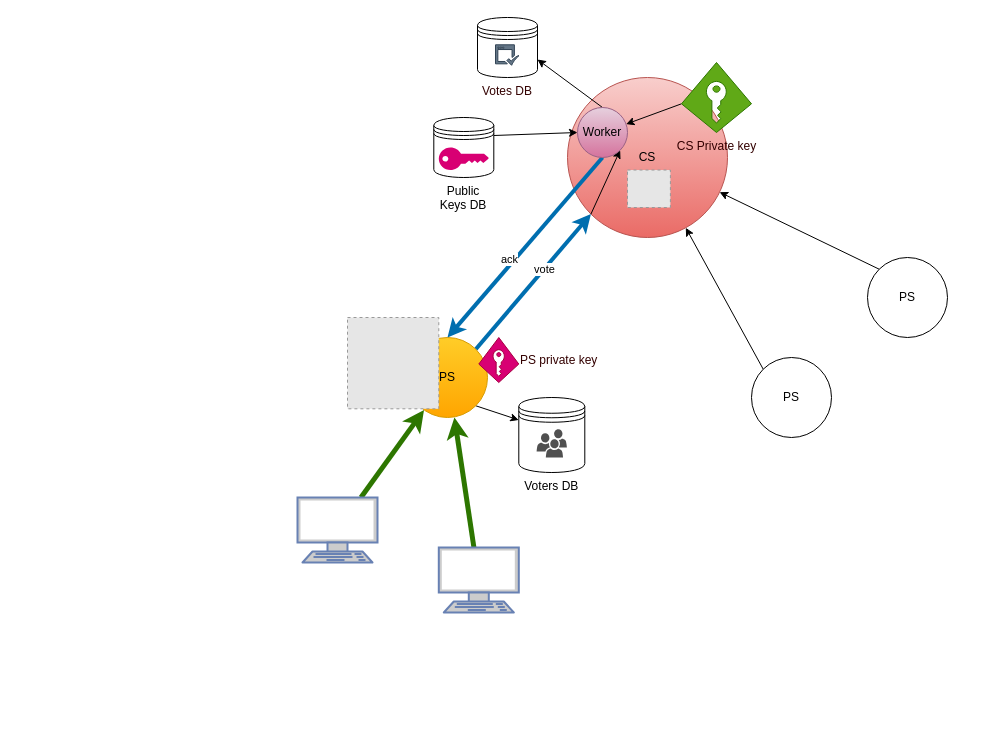
The draw.io diagram page "Pagina-1" (1 of 2) of diagrams/DVoting_architecture.drawio in MPinna/DVoting, before the edit. Source tidied: cells renumbered, new cells numbered last; positions are measured from the earlier drawing's top-left corner, leaving out a move shared by most shapes. Both pictures are drawn from the tidied source at 100%, with x=0, y=0 at pixel (297, 17). Pictures stored in the file or linked from it are replaced by grey dashed boxes.
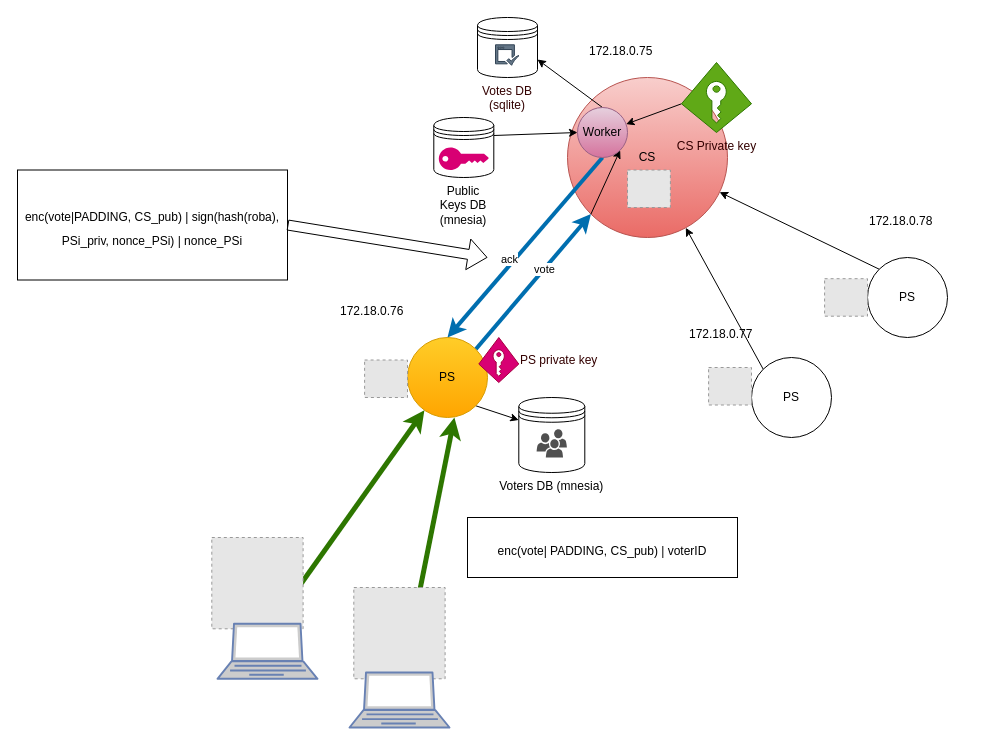
Above is the later version.

Unchanged cells that the change refers to:
```xml
<mxCell id="6" style="rounded=0;jettySize=auto;html=1;exitX=1;exitY=0;exitDx=0;exitDy=0;entryX=0;entryY=1;entryDx=0;entryDy=0;fillColor=#1ba1e2;strokeColor=#006EAF;strokeWidth=4;" parent="1" edge="1" source="9" target="2">
  <mxGeometry relative="1" as="geometry" />
</mxCell>
<mxCell id="9" value="PS" style="ellipse;whiteSpace=wrap;html=1;fillColor=#ffcd28;gradientColor=#ffa500;strokeColor=#d79b00;" parent="1" vertex="1">
  <mxGeometry x="110" y="320" width="80" height="80" as="geometry" />
</mxCell>
<mxCell id="12" style="edgeStyle=none;rounded=0;jettySize=auto;html=1;exitX=0.5;exitY=1;exitDx=0;exitDy=0;entryX=0.5;entryY=0;entryDx=0;entryDy=0;fillColor=#1ba1e2;strokeColor=#006EAF;strokeWidth=4;" parent="1" edge="1" source="15" target="9">
  <mxGeometry relative="1" as="geometry" />
</mxCell>
<mxCell id="24" style="group;labelPosition=right;verticalLabelPosition=middle;align=left;verticalAlign=middle;" parent="1" vertex="1">
  <mxGeometry x="180" width="60" height="60" as="geometry" />
</mxCell>
```

Change to the diagram source:
```diff
@@
-    <mxCell id="7" value="vote" style="edgeLabel;html=1;align=center;verticalAlign=middle;" parent="6" vertex="1">
+    <mxCell id="7" value="vote" style="edgeLabel;html=1;align=center;verticalAlign=middle;labelBackgroundColor=default;" parent="6" vertex="1">
       <mxGeometry x="0.18" relative="1" as="geometry" />
     </mxCell>
@@
-    <mxCell id="13" value="ack" style="edgeLabel;html=1;align=center;verticalAlign=middle;" parent="12" vertex="1">
+    <mxCell id="13" value="ack" style="edgeLabel;html=1;align=center;verticalAlign=middle;labelBackgroundColor=default;" parent="12" vertex="1">
       <mxGeometry x="0.13" y="4" relative="1" as="geometry">
         <mxPoint x="-9" y="-3" as="offset" />
       </mxGeometry>
     </mxCell>
@@
-    <mxCell id="17" value="Public Keys DB" style="shape=datastore;whiteSpace=wrap;html=1;verticalAlign=top;labelPosition=center;verticalLabelPosition=bottom;align=center;" parent="1" vertex="1">
+    <mxCell id="17" value="Public Keys DB (mnesia)" style="shape=datastore;whiteSpace=wrap;html=1;verticalAlign=top;labelPosition=center;verticalLabelPosition=bottom;align=center;" parent="1" vertex="1">
       <mxGeometry x="136.3" y="100" width="60" height="60" as="geometry" />
     </mxCell>
-    <mxCell id="18" style="edgeStyle=none;rounded=0;jettySize=auto;html=1;fillColor=#60a917;strokeColor=#2D7600;strokeWidth=5;" parent="1" edge="1" source="19" target="9">
-      <mxGeometry relative="1" as="geometry" />
+    <mxCell id="18" style="edgeStyle=none;rounded=0;jettySize=auto;html=1;fillColor=#60a917;strokeColor=#2D7600;strokeWidth=5;" parent="1" edge="1" target="9">
+      <mxGeometry relative="1" as="geometry">
+        <mxPoint x="-16.9" y="595" as="sourcePoint" />
+      </mxGeometry>
     </mxCell>
-    <mxCell id="19" style="fontColor=#0066CC;verticalAlign=top;verticalLabelPosition=bottom;labelPosition=center;align=center;html=1;outlineConnect=0;fillColor=#CCCCCC;strokeColor=#6881B3;gradientColor=none;gradientDirection=north;strokeWidth=2;shape=mxgraph.networks.terminal;" parent="1" vertex="1">
-      <mxGeometry y="480" width="80" height="65" as="geometry" />
-    </mxCell>
@@
-    <mxCell id="25" value="Votes DB" style="shape=datastore;whiteSpace=wrap;html=1;fontColor=#330000;verticalAlign=top;labelPosition=center;verticalLabelPosition=bottom;align=center;" parent="24" vertex="1">
+    <mxCell id="25" value="Votes DB (sqlite)" style="shape=datastore;whiteSpace=wrap;html=1;fontColor=#330000;verticalAlign=top;labelPosition=center;verticalLabelPosition=bottom;align=center;" parent="24" vertex="1">
       <mxGeometry width="60" height="60" as="geometry" />
     </mxCell>
@@
-    <mxCell id="27" style="edgeStyle=none;rounded=0;jettySize=auto;html=1;entryX=0.5;entryY=1;entryDx=0;entryDy=0;fillColor=#60a917;strokeColor=#2D7600;strokeWidth=5;" parent="1" edge="1" source="28">
+    <mxCell id="27" style="edgeStyle=none;rounded=0;orthogonalLoop=1;jettySize=auto;html=1;entryX=0.5;entryY=1;entryDx=0;entryDy=0;fillColor=#60a917;strokeColor=#2D7600;strokeWidth=5;" parent="1" edge="1">
       <mxGeometry relative="1" as="geometry">
+        <mxPoint x="107.9" y="645" as="sourcePoint" />
         <mxPoint x="156.9" y="400" as="targetPoint" />
       </mxGeometry>
     </mxCell>
-    <mxCell id="28" style="fontColor=#0066CC;verticalAlign=top;verticalLabelPosition=bottom;labelPosition=center;align=center;html=1;outlineConnect=0;fillColor=#CCCCCC;strokeColor=#6881B3;gradientColor=none;gradientDirection=north;strokeWidth=2;shape=mxgraph.networks.terminal;" parent="1" vertex="1">
-      <mxGeometry x="141.3" y="530" width="80" height="65" as="geometry" />
-    </mxCell>
@@
-    <mxCell id="30" value="Voters DB" style="group;verticalAlign=top;labelPosition=center;verticalLabelPosition=bottom;align=center;spacingTop=0;spacingBottom=0;" parent="1" vertex="1">
+    <mxCell id="30" value="Voters DB (mnesia)" style="group;verticalAlign=top;labelPosition=center;verticalLabelPosition=bottom;align=center;spacingTop=0;spacingBottom=0;" parent="1" vertex="1">
       <mxGeometry x="221.3" y="380" width="66" height="75" as="geometry" />
     </mxCell>
@@
     <mxCell id="33" style="fillColor=#E6E6E6;strokeColor=#999999;dashed=1;verticalLabelPosition=bottom;labelBackgroundColor=default;verticalAlign=top;" parent="1" vertex="1">
-      <mxGeometry x="50" y="300" width="91.3" height="91.3" as="geometry" />
+      <mxGeometry x="-85.7" y="520" width="91.3" height="91.3" as="geometry" />
     </mxCell>
+    <mxCell id="34" style="fillColor=#E6E6E6;strokeColor=#999999;dashed=1;verticalLabelPosition=bottom;labelBackgroundColor=default;verticalAlign=top;" parent="1" vertex="1">
+      <mxGeometry x="56.3" y="570" width="91.3" height="91.3" as="geometry" />
+    </mxCell>
+    <mxCell id="35" value="&lt;font style=&quot;font-size: 12px;&quot;&gt;&lt;font style=&quot;font-size: 12px;&quot;&gt;enc(vote|PADDING, CS_pub) | sign(hash(roba), PSi_priv, nonce_PSi) | nonce_PSi&lt;/font&gt;&lt;br&gt;&lt;/font&gt;" style="rounded=0;whiteSpace=wrap;html=1;labelBackgroundColor=default;fontSize=20;" parent="1" vertex="1">
+      <mxGeometry x="-280" y="152.5" width="270" height="110" as="geometry" />
+    </mxCell>
+    <mxCell id="36" style="shape=flexArrow;endArrow=classic;html=1;rounded=0;fontSize=12;exitX=1;exitY=0.5;exitDx=0;exitDy=0;" parent="1" edge="1" source="35">
+      <mxGeometry relative="1" as="geometry">
+        <mxPoint x="190" y="240" as="targetPoint" />
+      </mxGeometry>
+    </mxCell>
+    <mxCell id="37" value="&lt;font style=&quot;font-size: 12px;&quot;&gt;&lt;font style=&quot;font-size: 12px;&quot;&gt;enc(vote| PADDING, CS_pub) | voterID &lt;/font&gt;&lt;/font&gt;" style="rounded=0;whiteSpace=wrap;html=1;labelBackgroundColor=default;fontSize=20;" parent="1" vertex="1">
+      <mxGeometry x="170" y="500" width="270" height="60" as="geometry" />
+    </mxCell>
+    <mxCell id="38" style="fillColor=#E6E6E6;strokeColor=#999999;dashed=1;verticalLabelPosition=bottom;labelBackgroundColor=default;verticalAlign=top;" parent="1" vertex="1">
+      <mxGeometry x="67.1" y="342.5" width="42.9" height="37.5" as="geometry" />
+    </mxCell>
+    <mxCell id="39" style="fillColor=#E6E6E6;strokeColor=#999999;dashed=1;verticalLabelPosition=bottom;labelBackgroundColor=default;verticalAlign=top;" parent="1" vertex="1">
+      <mxGeometry x="411.1" y="350" width="42.9" height="37.5" as="geometry" />
+    </mxCell>
+    <mxCell id="40" style="fillColor=#E6E6E6;strokeColor=#999999;dashed=1;verticalLabelPosition=bottom;labelBackgroundColor=default;verticalAlign=top;" parent="1" vertex="1">
+      <mxGeometry x="527.1" y="261.2" width="42.9" height="37.5" as="geometry" />
+    </mxCell>
+    <mxCell id="41" value="172.18.0.75" style="text;whiteSpace=wrap;html=1;fontSize=12;" parent="1" vertex="1">
+      <mxGeometry x="290" y="20" width="100" height="40" as="geometry" />
+    </mxCell>
+    <mxCell id="42" value="172.18.0.76" style="text;whiteSpace=wrap;html=1;fontSize=12;" parent="1" vertex="1">
+      <mxGeometry x="41.3" y="280" width="100" height="40" as="geometry" />
+    </mxCell>
+    <mxCell id="43" value="172.18.0.77" style="text;whiteSpace=wrap;html=1;fontSize=12;" parent="1" vertex="1">
+      <mxGeometry x="390" y="302.5" width="100" height="40" as="geometry" />
+    </mxCell>
+    <mxCell id="44" value="172.18.0.78" style="text;whiteSpace=wrap;html=1;fontSize=12;" parent="1" vertex="1">
+      <mxGeometry x="570" y="190" width="100" height="30" as="geometry" />
+    </mxCell>
+    <mxCell id="45" style="fontColor=#0066CC;verticalAlign=top;verticalLabelPosition=bottom;labelPosition=center;align=center;html=1;fillColor=#CCCCCC;strokeColor=#6881B3;gradientColor=none;gradientDirection=north;strokeWidth=2;shape=mxgraph.networks.laptop;labelBackgroundColor=default;fontSize=12;" parent="1" vertex="1">
+      <mxGeometry x="52" y="655" width="100" height="55" as="geometry" />
+    </mxCell>
+    <mxCell id="46" style="fontColor=#0066CC;verticalAlign=top;verticalLabelPosition=bottom;labelPosition=center;align=center;html=1;fillColor=#CCCCCC;strokeColor=#6881B3;gradientColor=none;gradientDirection=north;strokeWidth=2;shape=mxgraph.networks.laptop;labelBackgroundColor=default;fontSize=12;" parent="1" vertex="1">
+      <mxGeometry x="-80" y="606.3" width="100" height="55" as="geometry" />
+    </mxCell>
```
